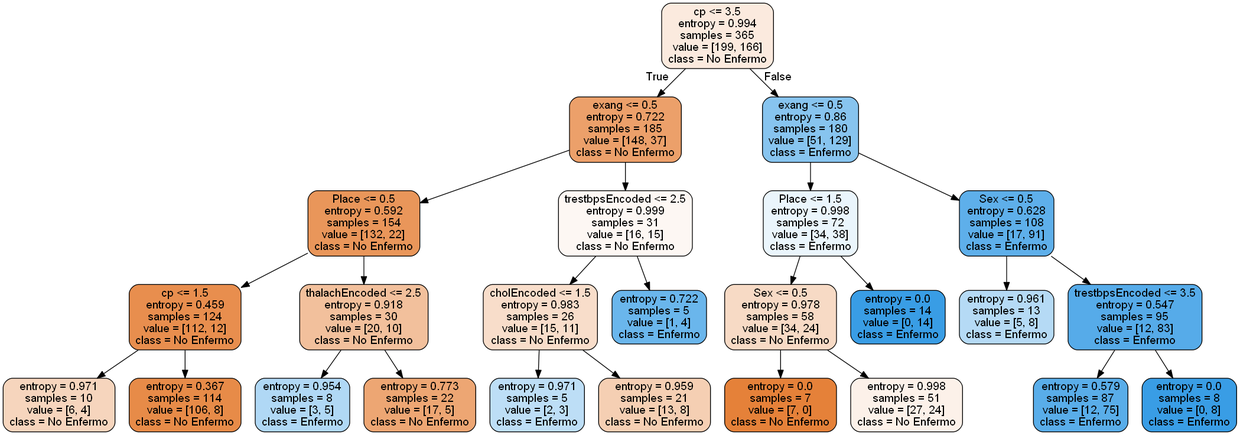
This is tree1.png from juancho270/ProyectoIA, a Graphviz export, as it was before one commit. Its source is kept beside it as tree1.dot.
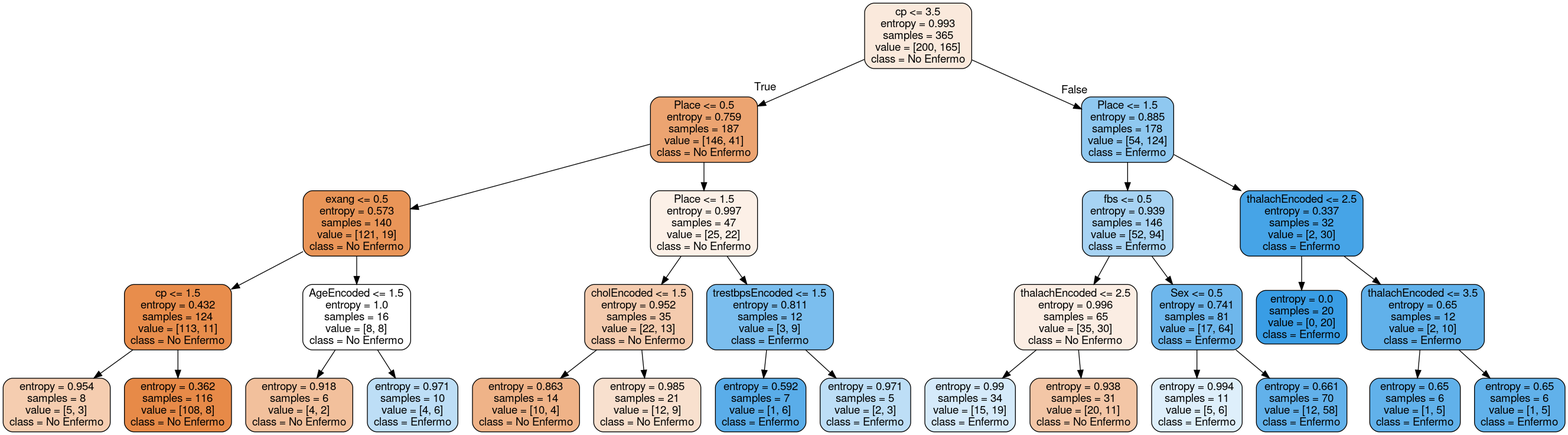
The same file after the commit.

Change to the diagram source:
```diff
@@ -1,53 +1,61 @@
 digraph Tree {
 node [shape=box, style="filled, rounded", color="black", fontname=helvetica] ;
 edge [fontname=helvetica] ;
-0 [label="cp <= 3.5\nentropy = 0.994\nsamples = 365\nvalue = [199, 166]\nclass = No Enfermo", fillcolor="#fbeade"] ;
-1 [label="exang <= 0.5\nentropy = 0.722\nsamples = 185\nvalue = [148, 37]\nclass = No Enfermo", fillcolor="#eca06a"] ;
+0 [label="cp <= 3.5\nentropy = 0.993\nsamples = 365\nvalue = [200, 165]\nclass = No Enfermo", fillcolor="#fae9dc"] ;
+1 [label="Place <= 0.5\nentropy = 0.759\nsamples = 187\nvalue = [146, 41]\nclass = No Enfermo", fillcolor="#eca471"] ;
 0 -> 1 [labeldistance=2.5, labelangle=45, headlabel="True"] ;
-2 [label="Place <= 0.5\nentropy = 0.592\nsamples = 154\nvalue = [132, 22]\nclass = No Enfermo", fillcolor="#e9965a"] ;
+2 [label="exang <= 0.5\nentropy = 0.573\nsamples = 140\nvalue = [121, 19]\nclass = No Enfermo", fillcolor="#e99558"] ;
 1 -> 2 ;
-3 [label="cp <= 1.5\nentropy = 0.459\nsamples = 124\nvalue = [112, 12]\nclass = No Enfermo", fillcolor="#e88e4e"] ;
+3 [label="cp <= 1.5\nentropy = 0.432\nsamples = 124\nvalue = [113, 11]\nclass = No Enfermo", fillcolor="#e88d4c"] ;
 2 -> 3 ;
-4 [label="entropy = 0.971\nsamples = 10\nvalue = [6, 4]\nclass = No Enfermo", fillcolor="#f6d5bd"] ;
+4 [label="entropy = 0.954\nsamples = 8\nvalue = [5, 3]\nclass = No Enfermo", fillcolor="#f5cdb0"] ;
 3 -> 4 ;
-5 [label="entropy = 0.367\nsamples = 114\nvalue = [106, 8]\nclass = No Enfermo", fillcolor="#e78b48"] ;
+5 [label="entropy = 0.362\nsamples = 116\nvalue = [108, 8]\nclass = No Enfermo", fillcolor="#e78a48"] ;
 3 -> 5 ;
-6 [label="thalachEncoded <= 2.5\nentropy = 0.918\nsamples = 30\nvalue = [20, 10]\nclass = No Enfermo", fillcolor="#f2c09c"] ;
+6 [label="AgeEncoded <= 1.5\nentropy = 1.0\nsamples = 16\nvalue = [8, 8]\nclass = No Enfermo", fillcolor="#ffffff"] ;
 2 -> 6 ;
-7 [label="entropy = 0.954\nsamples = 8\nvalue = [3, 5]\nclass = Enfermo", fillcolor="#b0d8f5"] ;
+7 [label="entropy = 0.918\nsamples = 6\nvalue = [4, 2]\nclass = No Enfermo", fillcolor="#f2c09c"] ;
 6 -> 7 ;
-8 [label="entropy = 0.773\nsamples = 22\nvalue = [17, 5]\nclass = No Enfermo", fillcolor="#eda673"] ;
+8 [label="entropy = 0.971\nsamples = 10\nvalue = [4, 6]\nclass = Enfermo", fillcolor="#bddef6"] ;
 6 -> 8 ;
-9 [label="trestbpsEncoded <= 2.5\nentropy = 0.999\nsamples = 31\nvalue = [16, 15]\nclass = No Enfermo", fillcolor="#fdf7f3"] ;
+9 [label="Place <= 1.5\nentropy = 0.997\nsamples = 47\nvalue = [25, 22]\nclass = No Enfermo", fillcolor="#fcf0e7"] ;
 1 -> 9 ;
-10 [label="cholEncoded <= 1.5\nentropy = 0.983\nsamples = 26\nvalue = [15, 11]\nclass = No Enfermo", fillcolor="#f8ddca"] ;
+10 [label="cholEncoded <= 1.5\nentropy = 0.952\nsamples = 35\nvalue = [22, 13]\nclass = No Enfermo", fillcolor="#f4cbae"] ;
 9 -> 10 ;
-11 [label="entropy = 0.971\nsamples = 5\nvalue = [2, 3]\nclass = Enfermo", fillcolor="#bddef6"] ;
+11 [label="entropy = 0.863\nsamples = 14\nvalue = [10, 4]\nclass = No Enfermo", fillcolor="#efb388"] ;
 10 -> 11 ;
-12 [label="entropy = 0.959\nsamples = 21\nvalue = [13, 8]\nclass = No Enfermo", fillcolor="#f5cfb3"] ;
+12 [label="entropy = 0.985\nsamples = 21\nvalue = [12, 9]\nclass = No Enfermo", fillcolor="#f8e0ce"] ;
 10 -> 12 ;
-13 [label="entropy = 0.722\nsamples = 5\nvalue = [1, 4]\nclass = Enfermo", fillcolor="#6ab6ec"] ;
+13 [label="trestbpsEncoded <= 1.5\nentropy = 0.811\nsamples = 12\nvalue = [3, 9]\nclass = Enfermo", fillcolor="#7bbeee"] ;
 9 -> 13 ;
-14 [label="exang <= 0.5\nentropy = 0.86\nsamples = 180\nvalue = [51, 129]\nclass = Enfermo", fillcolor="#87c4ef"] ;
-0 -> 14 [labeldistance=2.5, labelangle=-45, headlabel="False"] ;
-15 [label="Place <= 1.5\nentropy = 0.998\nsamples = 72\nvalue = [34, 38]\nclass = Enfermo", fillcolor="#eaf5fc"] ;
-14 -> 15 ;
-16 [label="Sex <= 0.5\nentropy = 0.978\nsamples = 58\nvalue = [34, 24]\nclass = No Enfermo", fillcolor="#f7dac5"] ;
-15 -> 16 ;
-17 [label="entropy = 0.0\nsamples = 7\nvalue = [7, 0]\nclass = No Enfermo", fillcolor="#e58139"] ;
+14 [label="entropy = 0.592\nsamples = 7\nvalue = [1, 6]\nclass = Enfermo", fillcolor="#5aade9"] ;
+13 -> 14 ;
+15 [label="entropy = 0.971\nsamples = 5\nvalue = [2, 3]\nclass = Enfermo", fillcolor="#bddef6"] ;
+13 -> 15 ;
+16 [label="Place <= 1.5\nentropy = 0.885\nsamples = 178\nvalue = [54, 124]\nclass = Enfermo", fillcolor="#8fc8f0"] ;
+0 -> 16 [labeldistance=2.5, labelangle=-45, headlabel="False"] ;
+17 [label="fbs <= 0.5\nentropy = 0.939\nsamples = 146\nvalue = [52, 94]\nclass = Enfermo", fillcolor="#a7d3f3"] ;
 16 -> 17 ;
-18 [label="entropy = 0.998\nsamples = 51\nvalue = [27, 24]\nclass = No Enfermo", fillcolor="#fcf1e9"] ;
-16 -> 18 ;
-19 [label="entropy = 0.0\nsamples = 14\nvalue = [0, 14]\nclass = Enfermo", fillcolor="#399de5"] ;
-15 -> 19 ;
-20 [label="Sex <= 0.5\nentropy = 0.628\nsamples = 108\nvalue = [17, 91]\nclass = Enfermo", fillcolor="#5eafea"] ;
-14 -> 20 ;
-21 [label="entropy = 0.961\nsamples = 13\nvalue = [5, 8]\nclass = Enfermo", fillcolor="#b5daf5"] ;
-20 -> 21 ;
-22 [label="trestbpsEncoded <= 3.5\nentropy = 0.547\nsamples = 95\nvalue = [12, 83]\nclass = Enfermo", fillcolor="#56abe9"] ;
-20 -> 22 ;
-23 [label="entropy = 0.579\nsamples = 87\nvalue = [12, 75]\nclass = Enfermo", fillcolor="#59ade9"] ;
-22 -> 23 ;
-24 [label="entropy = 0.0\nsamples = 8\nvalue = [0, 8]\nclass = Enfermo", fillcolor="#399de5"] ;
-22 -> 24 ;
+18 [label="thalachEncoded <= 2.5\nentropy = 0.996\nsamples = 65\nvalue = [35, 30]\nclass = No Enfermo", fillcolor="#fbede3"] ;
+17 -> 18 ;
+19 [label="entropy = 0.99\nsamples = 34\nvalue = [15, 19]\nclass = Enfermo", fillcolor="#d5eafa"] ;
+18 -> 19 ;
+20 [label="entropy = 0.938\nsamples = 31\nvalue = [20, 11]\nclass = No Enfermo", fillcolor="#f3c6a6"] ;
+18 -> 20 ;
+21 [label="Sex <= 0.5\nentropy = 0.741\nsamples = 81\nvalue = [17, 64]\nclass = Enfermo", fillcolor="#6eb7ec"] ;
+17 -> 21 ;
+22 [label="entropy = 0.994\nsamples = 11\nvalue = [5, 6]\nclass = Enfermo", fillcolor="#deeffb"] ;
+21 -> 22 ;
+23 [label="entropy = 0.661\nsamples = 70\nvalue = [12, 58]\nclass = Enfermo", fillcolor="#62b1ea"] ;
+21 -> 23 ;
+24 [label="thalachEncoded <= 2.5\nentropy = 0.337\nsamples = 32\nvalue = [2, 30]\nclass = Enfermo", fillcolor="#46a4e7"] ;
+16 -> 24 ;
+25 [label="entropy = 0.0\nsamples = 20\nvalue = [0, 20]\nclass = Enfermo", fillcolor="#399de5"] ;
+24 -> 25 ;
+26 [label="thalachEncoded <= 3.5\nentropy = 0.65\nsamples = 12\nvalue = [2, 10]\nclass = Enfermo", fillcolor="#61b1ea"] ;
+24 -> 26 ;
+27 [label="entropy = 0.65\nsamples = 6\nvalue = [1, 5]\nclass = Enfermo", fillcolor="#61b1ea"] ;
+26 -> 27 ;
+28 [label="entropy = 0.65\nsamples = 6\nvalue = [1, 5]\nclass = Enfermo", fillcolor="#61b1ea"] ;
+26 -> 28 ;
 }
```
